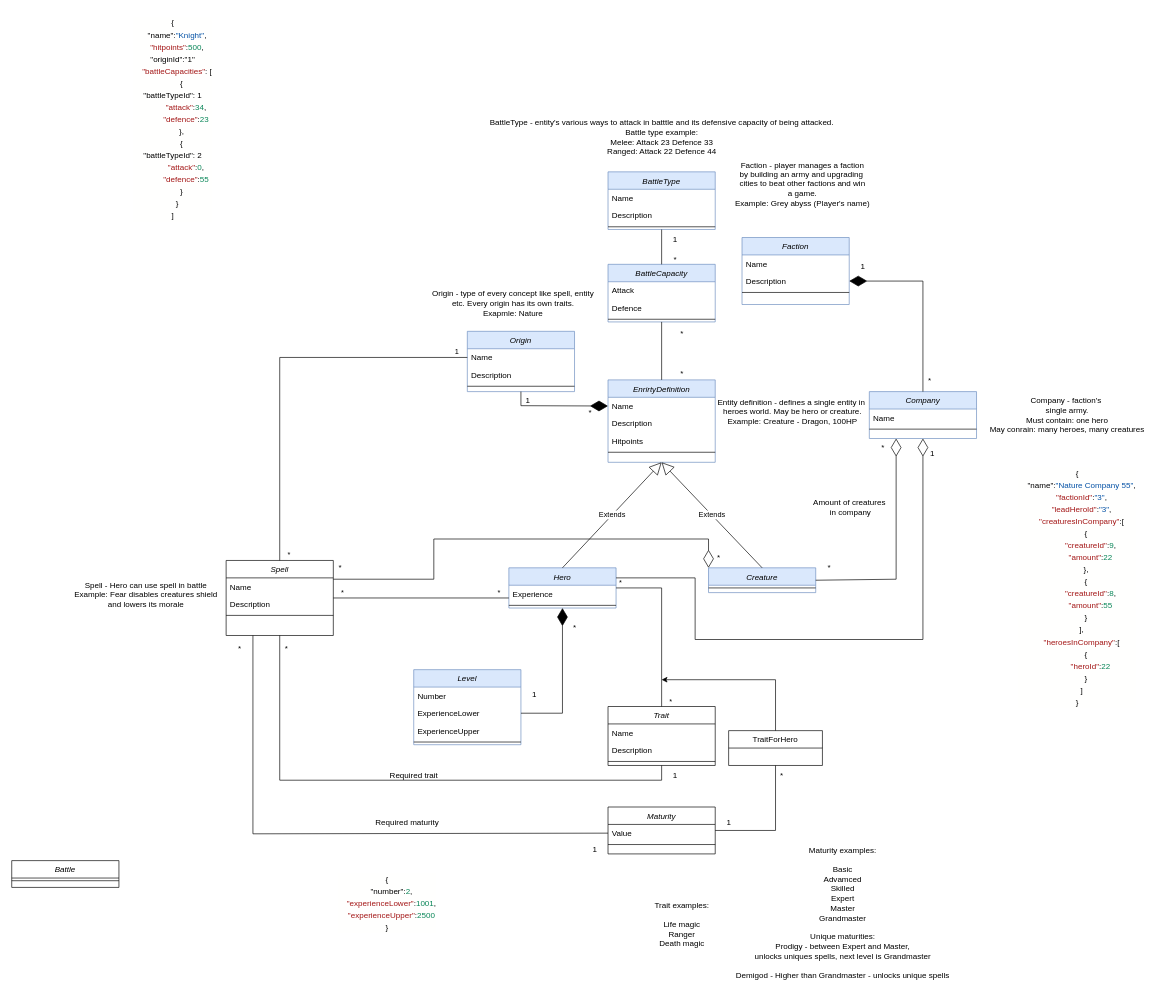
The draw.io diagram documentation/heroes-overview.drawio in petar111/heroes-system, before the edit. Source tidied: cells renumbered, new cells numbered last; positions are measured from the earlier drawing's top-left corner, leaving out a move shared by most shapes. Both pictures are drawn from the tidied source at 67%, with x=0, y=0 at pixel (11, 11).
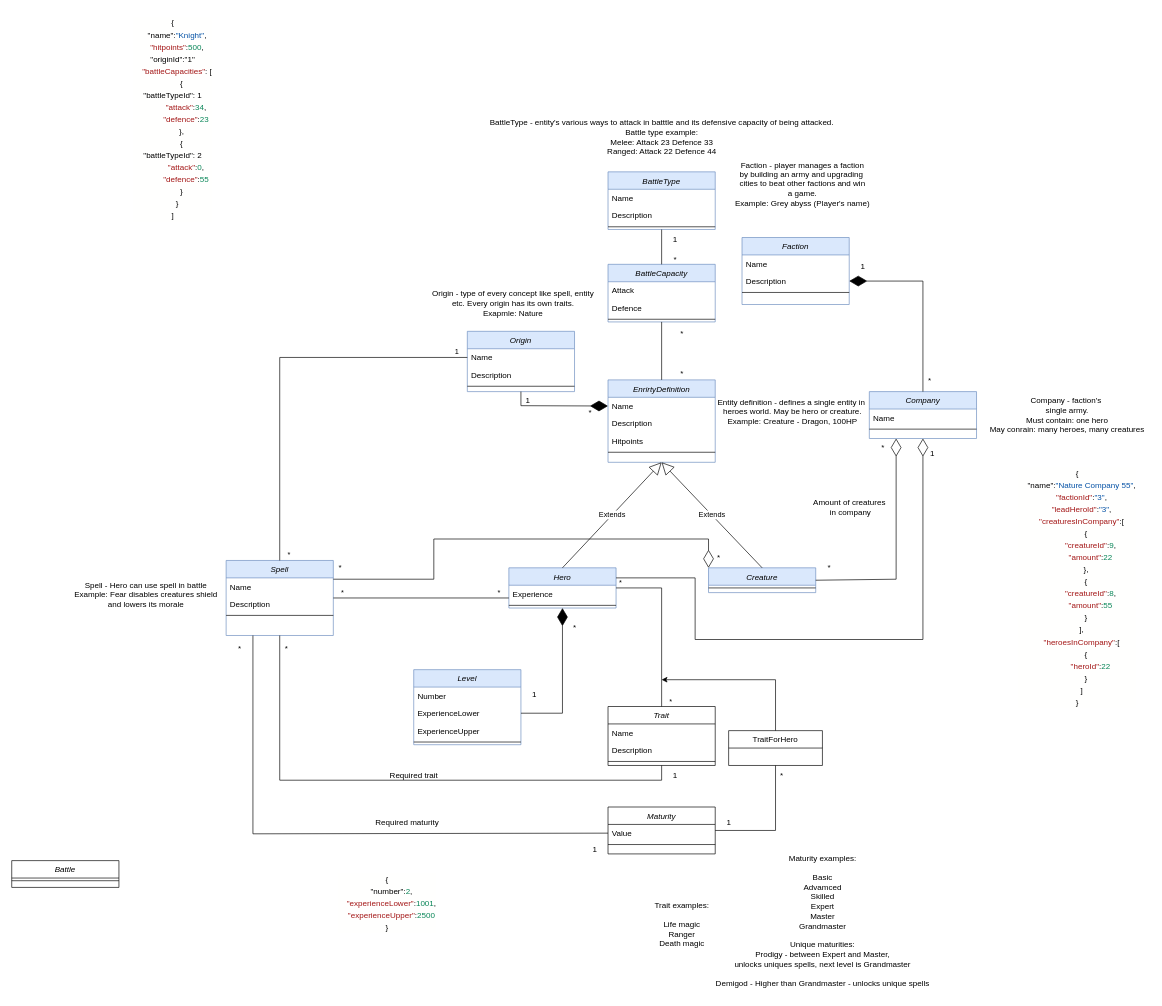
The same page after the edit.

What changed in the source:
```diff
@@
-    <mxCell id="14" value="Spell" style="swimlane;fontStyle=2;align=center;verticalAlign=top;horizontal=1;startSize=26;rounded=0;shadow=0;strokeWidth=1;" parent="1" vertex="1">
+    <mxCell id="14" value="Spell" style="swimlane;fontStyle=2;align=center;verticalAlign=top;horizontal=1;startSize=26;rounded=0;shadow=0;strokeWidth=1;fillColor=#dae8fc;strokeColor=#6c8ebf;" parent="1" vertex="1">
       <mxGeometry x="320" y="819" width="160" height="112" as="geometry" />
     </mxCell>
@@
     <mxCell id="97" value="Maturity examples:&lt;br&gt;&lt;br&gt;Basic&lt;br&gt;Advamced&lt;br&gt;Skilled&lt;br&gt;Expert&lt;br&gt;Master&lt;br&gt;Grandmaster&lt;br&gt;&lt;br&gt;Unique maturities:&lt;br&gt;Prodigy - between Expert and Master, &lt;br&gt;unlocks uniques spells, next level is Grandmaster&lt;br&gt;&lt;br&gt;Demigod - Higher than Grandmaster - unlocks unique spells&lt;br&gt;" style="text;html=1;align=center;verticalAlign=middle;strokeColor=none;fillColor=none;" parent="1" vertex="1">
-      <mxGeometry x="1070" y="1235" width="340" height="220" as="geometry" />
+      <mxGeometry x="1040" y="1247" width="340" height="220" as="geometry" />
     </mxCell>
```
